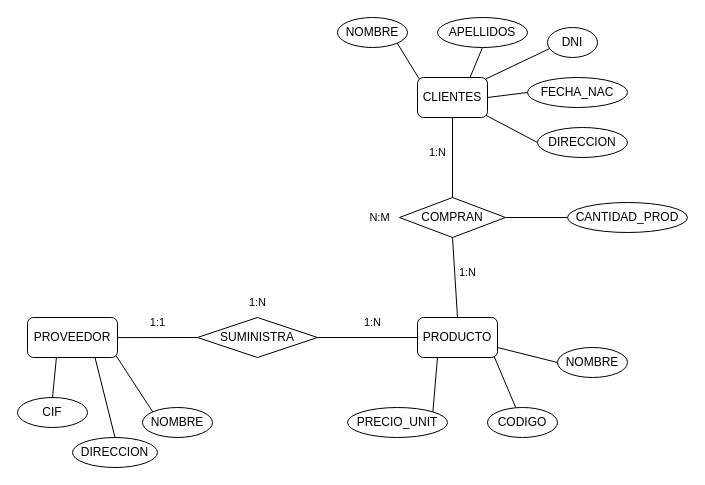
Earlier version of the draw.io diagram page "diagram-4" (4 of 5) of bases-datos/diagrams.drawio (igardiet/dam). Source tidied: cells renumbered, new cells numbered last; positions are measured from the earlier drawing's top-left corner, leaving out a move shared by most shapes. Both pictures are drawn from the tidied source at 100%, with x=0, y=0 at pixel (17, 17).
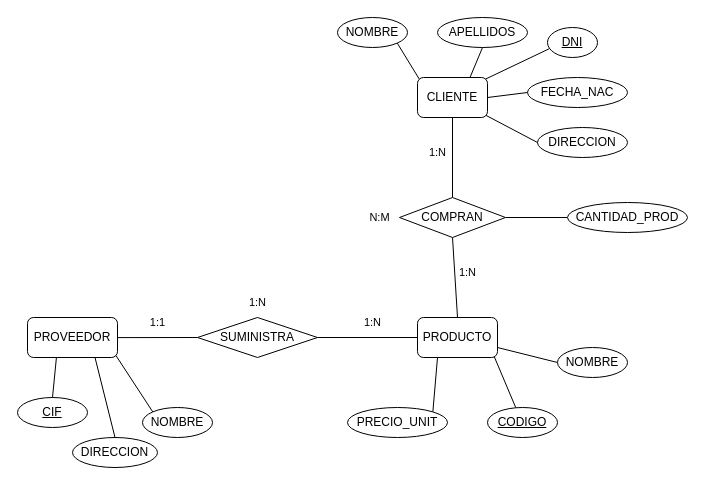
The same diagram, later.

Change to the diagram source:
```diff
@@
-    <mxCell id="6" value="CLIENTES" style="rounded=1;whiteSpace=wrap;html=1;" parent="1" vertex="1">
+    <mxCell id="6" value="CLIENTE" style="rounded=1;whiteSpace=wrap;html=1;" parent="1" vertex="1">
       <mxGeometry x="400" y="60" width="70" height="40" as="geometry" />
     </mxCell>
@@
-    <mxCell id="18" value="DNI" style="ellipse;whiteSpace=wrap;html=1;" parent="1" vertex="1">
+    <mxCell id="18" value="&lt;u&gt;DNI&lt;/u&gt;" style="ellipse;whiteSpace=wrap;html=1;" parent="1" vertex="1">
       <mxGeometry x="530" y="10" width="50" height="30" as="geometry" />
     </mxCell>
@@
-    <mxCell id="23" value="CODIGO" style="ellipse;whiteSpace=wrap;html=1;" parent="1" vertex="1">
+    <mxCell id="23" value="&lt;u&gt;CODIGO&lt;/u&gt;" style="ellipse;whiteSpace=wrap;html=1;" parent="1" vertex="1">
       <mxGeometry x="470" y="390" width="70" height="30" as="geometry" />
     </mxCell>
@@
-    <mxCell id="28" value="CIF" style="ellipse;whiteSpace=wrap;html=1;" parent="1" vertex="1">
+    <mxCell id="28" value="&lt;u&gt;CIF&lt;/u&gt;" style="ellipse;whiteSpace=wrap;html=1;" parent="1" vertex="1">
       <mxGeometry y="380" width="70" height="30" as="geometry" />
     </mxCell>
```
